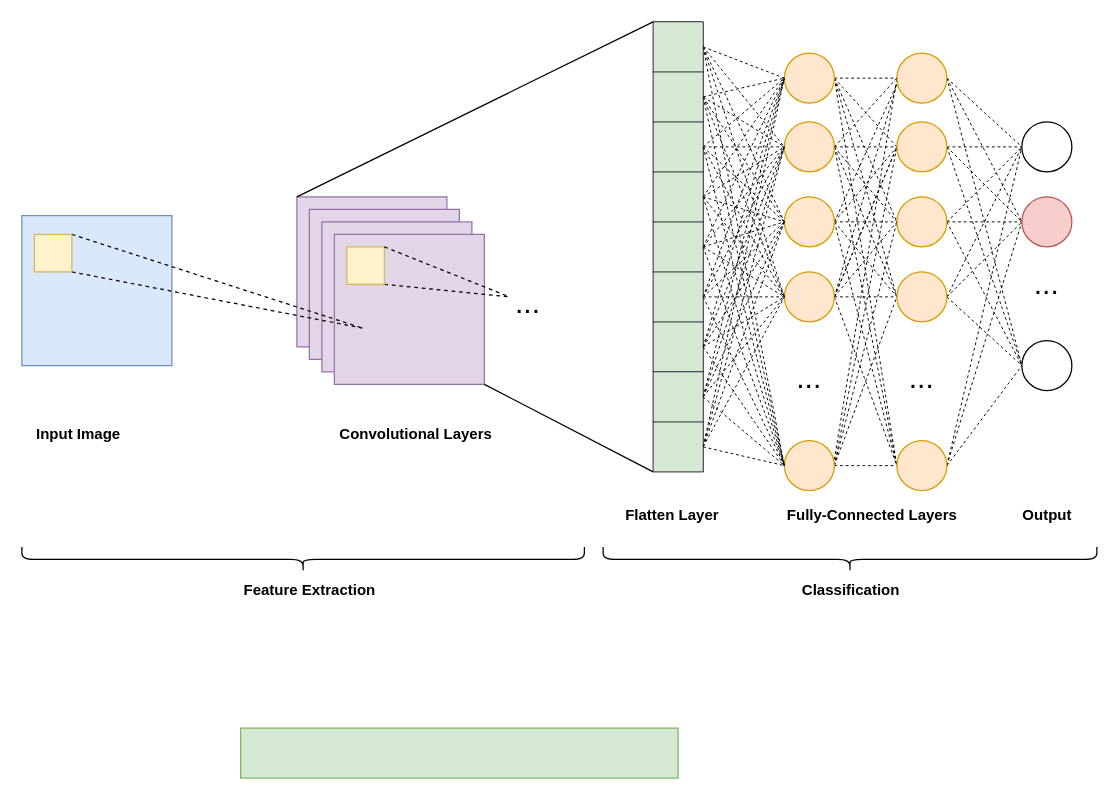
Earlier version of the draw.io diagram generic_cnn_architecture.drawio (smalih/iot_monitor). Source tidied: cells renumbered, new cells numbered last; positions are measured from the earlier drawing's top-left corner, leaving out a move shared by most shapes. Both pictures are drawn from the tidied source at 125%, with x=0, y=0 at pixel (21, 21).
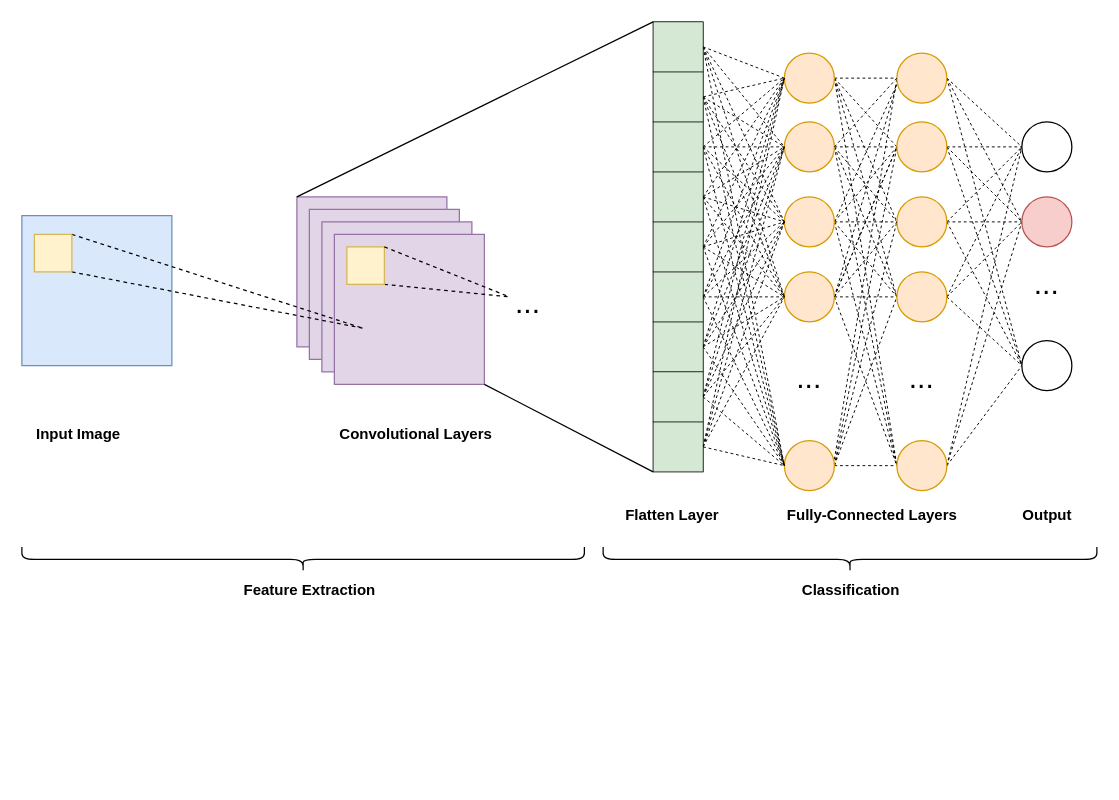
Above is the later version.

Diff of the diagram source:
```diff
@@
-    <mxCell id="82" style="rounded=0;whiteSpace=wrap;html=1;fillColor=#d5e8d4;strokeColor=#82b366;rotation=90;" parent="1" vertex="1">
-      <mxGeometry x="330" y="410" width="40" height="350" as="geometry" />
-    </mxCell>
```
